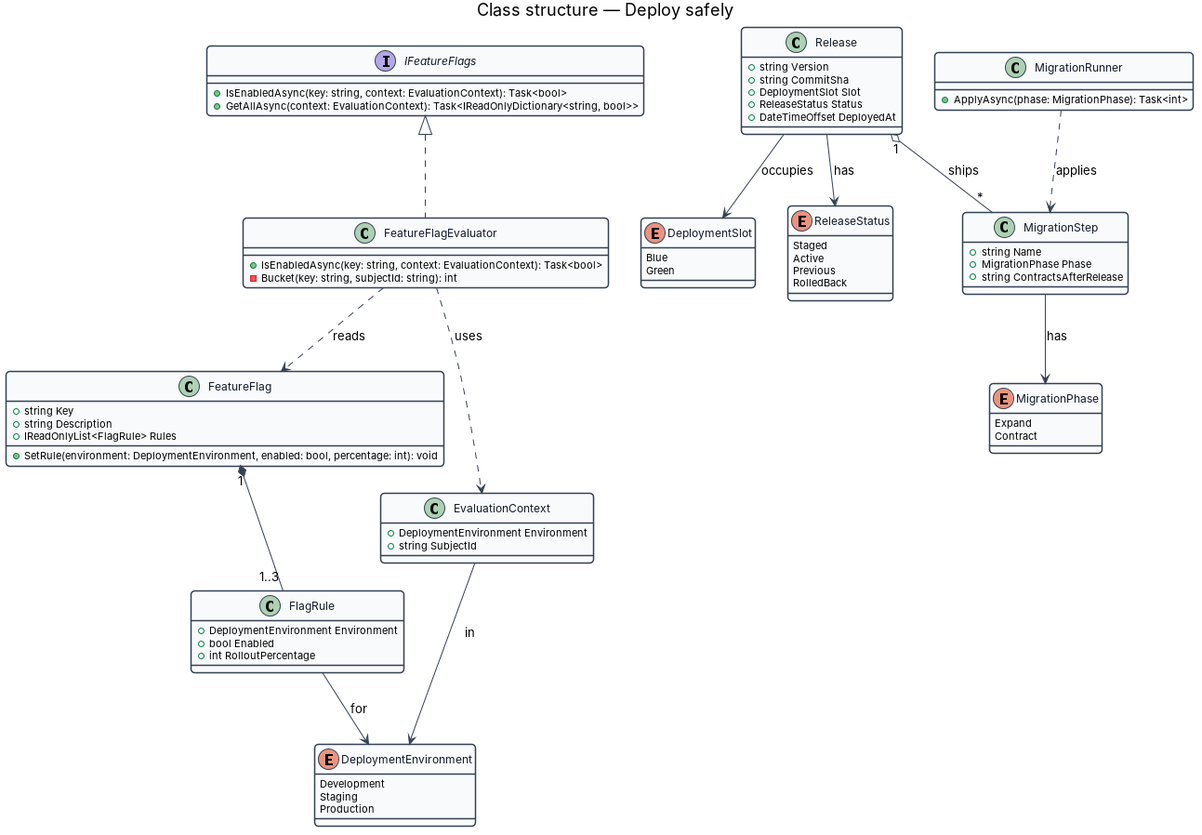
QuinntyneBrown/jubilee keeps this PlantUML diagram as docs/detailed-designs/operations/deploy-safely/diagrams/class-structure.png. Above is the earlier version. Its source is kept beside it as docs/detailed-designs/verification/work-verification-queue/diagrams/class-structure.puml. Its diagram source:
```plantuml
@startuml
skinparam backgroundColor #FFFFFF
skinparam shadowing false
skinparam roundcorner 8
skinparam defaultFontName Arial
skinparam ArrowColor #344054
skinparam class {
  BorderColor #344054
  FontColor #101828
  BackgroundColor #F9FAFB
}
title Class structure — Work the verification queue
enum MemberRole {
  Member
  Verifier
  Admin
}
enum ListingStage {
  Draft
  WaitingOnReference
  ReadyToReview
  NeedsDecision
  ChangesRequested
  Live
  Paused
  OnHold
  Removed
  Declined
}
enum QueueFilter {
  ReadyToReview
  WaitingOnReference
  NeedsDecision
  ChangesRequested
}
enum ReferenceOutcome {
  Waiting
  Confirmed
  CantVouch
  DoesntKnow
}
class Session {
  +Guid Id
  +Guid MemberId
  +DateTimeOffset? SecondFactorVerifiedAt
  +HasSecondFactor(): bool
}
class Member {
  +Guid Id
  +string Name
  +MemberRole Role
  +ChangeRole(role: MemberRole, actor: Member): void
}
class GetVerificationQueueQuery {
  +QueueFilter? Filter
  +Guid ViewerId
}
class GetVerificationQueueQueryHandler {
  +Handle(query: GetVerificationQueueQuery): Task<VerificationQueueResult>
}
class VerificationQueueResult {
  +int Total
  +int OldestWaitingDays
  +IReadOnlyDictionary<QueueFilter, int> Counts
  +IReadOnlyList<VerificationQueueItem> Items
}
class VerificationQueueItem {
  +Guid ListingId
  +string BusinessName
  +string Category
  +string OwnerName
  +ReferenceOutcome Reference
  +DateTimeOffset SubmittedAt
  +ListingStage Stage
  +bool Overdue
  +bool OwnedByViewer
}
class BusinessDayCalendar {
  +BusinessDaysBetween(from: DateTimeOffset, to: DateTimeOffset): int
}
class ChangeMemberRoleCommand {
  +Guid MemberId
  +MemberRole Role
  +string Reason
}
class AuditEntry {
  +Guid ActorId
  +string Action
  +string Target
  +string Before
  +string After
  +DateTimeOffset At
}

GetVerificationQueueQueryHandler ..> GetVerificationQueueQuery : handles
GetVerificationQueueQueryHandler --> VerificationQueueResult : returns
GetVerificationQueueQueryHandler ..> BusinessDayCalendar : uses
VerificationQueueResult "1" *-- "*" VerificationQueueItem
VerificationQueueItem --> ListingStage
VerificationQueueItem --> ReferenceOutcome
GetVerificationQueueQuery --> QueueFilter
Member --> MemberRole
Session "*" --> "1" Member
ChangeMemberRoleCommand ..> Member : targets
ChangeMemberRoleCommand ..> AuditEntry : produces
@enduml
```
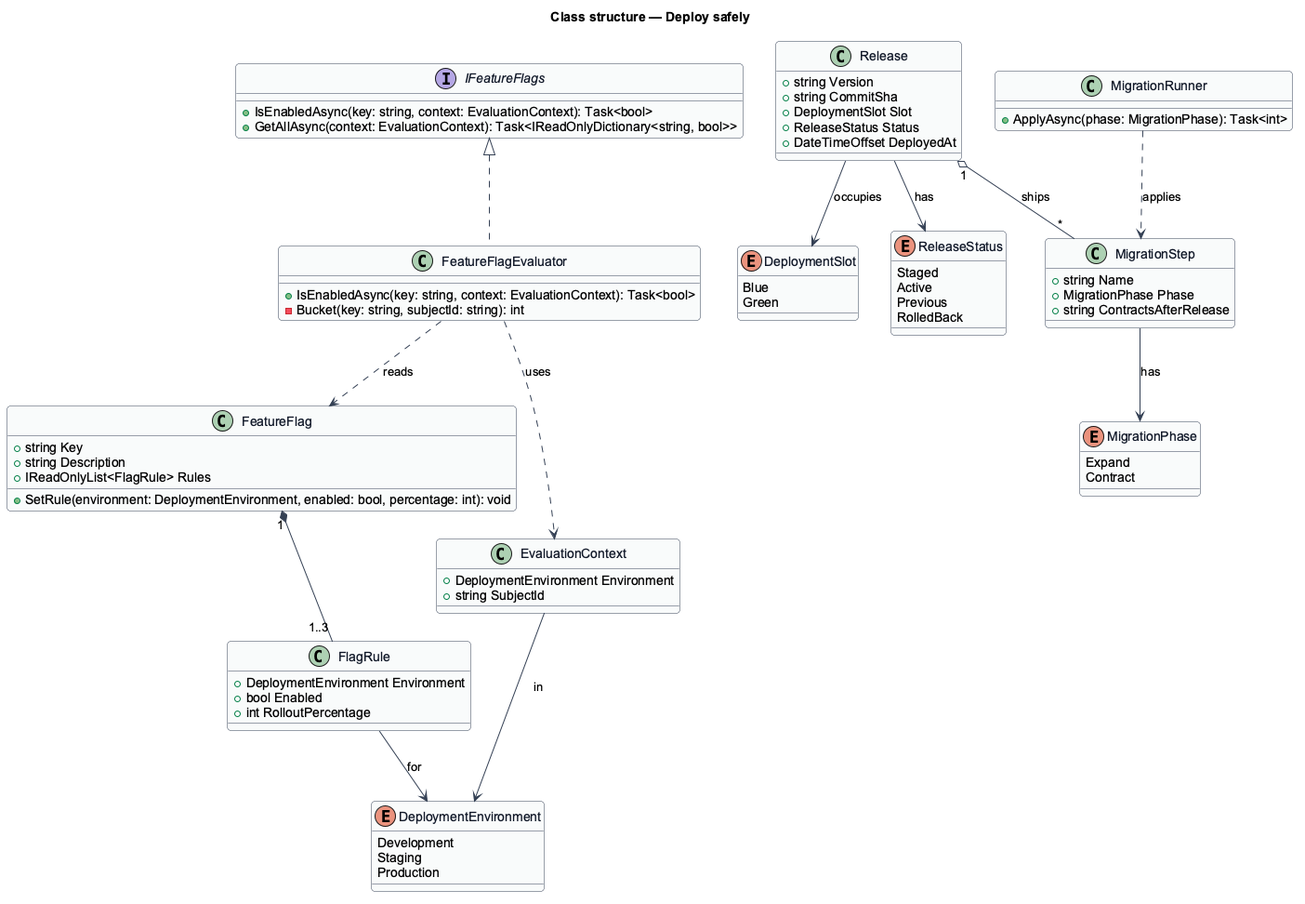
The same diagram one commit later.

Change to the diagram source:
```diff
@@ -10,11 +10,6 @@
   BackgroundColor #F9FAFB
 }
 title Class structure — Work the verification queue
-enum MemberRole {
-  Member
-  Verifier
-  Admin
-}
 enum ListingStage {
   Draft
   WaitingOnReference
@@ -38,18 +33,6 @@
   Confirmed
   CantVouch
   DoesntKnow
-}
-class Session {
-  +Guid Id
-  +Guid MemberId
-  +DateTimeOffset? SecondFactorVerifiedAt
-  +HasSecondFactor(): bool
-}
-class Member {
-  +Guid Id
-  +string Name
-  +MemberRole Role
-  +ChangeRole(role: MemberRole, actor: Member): void
 }
 class GetVerificationQueueQuery {
   +QueueFilter? Filter
@@ -78,19 +61,6 @@
 class BusinessDayCalendar {
   +BusinessDaysBetween(from: DateTimeOffset, to: DateTimeOffset): int
 }
-class ChangeMemberRoleCommand {
-  +Guid MemberId
-  +MemberRole Role
-  +string Reason
-}
-class AuditEntry {
-  +Guid ActorId
-  +string Action
-  +string Target
-  +string Before
-  +string After
-  +DateTimeOffset At
-}
 
 GetVerificationQueueQueryHandler ..> GetVerificationQueueQuery : handles
 GetVerificationQueueQueryHandler --> VerificationQueueResult : returns
@@ -99,8 +69,4 @@
 VerificationQueueItem --> ListingStage
 VerificationQueueItem --> ReferenceOutcome
 GetVerificationQueueQuery --> QueueFilter
-Member --> MemberRole
-Session "*" --> "1" Member
-ChangeMemberRoleCommand ..> Member : targets
-ChangeMemberRoleCommand ..> AuditEntry : produces
 @enduml
```
